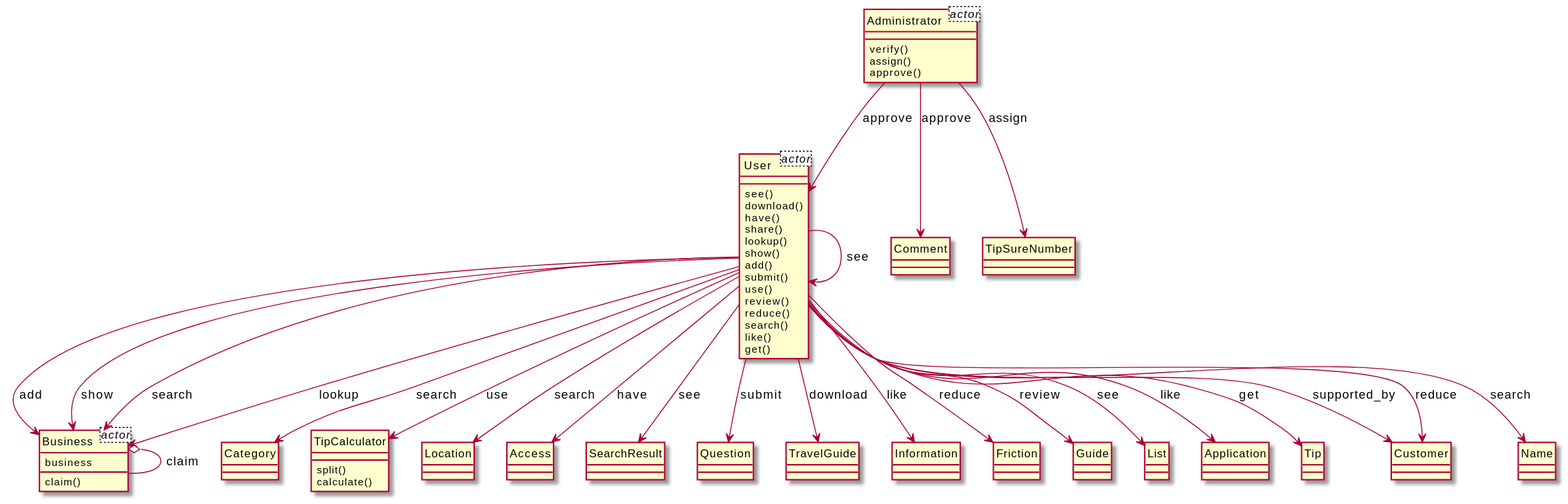
This is output/diagram_5/2014-USC-Project09.svg from xixixhalu/DomainModelExtractor, a PlantUML export, as it was before one commit.
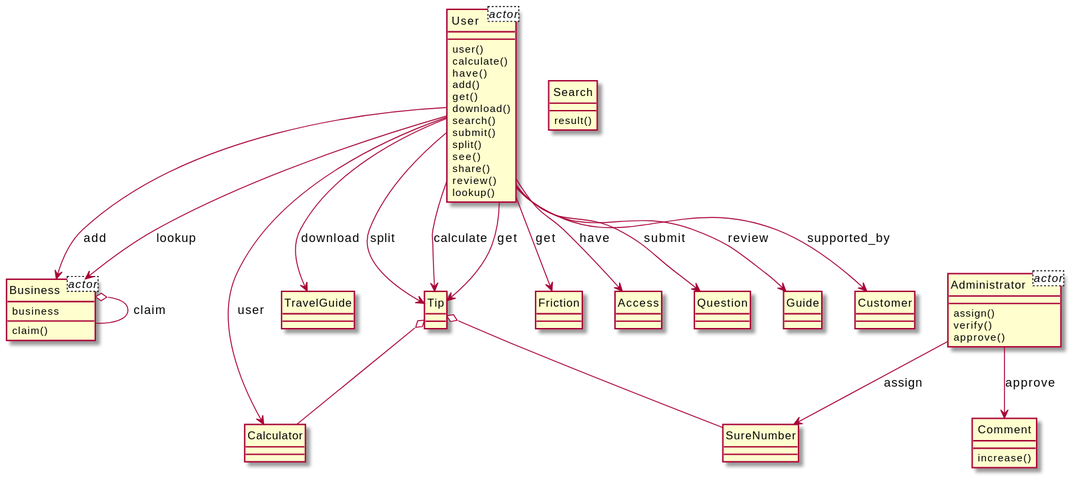
After the change.

What changed in the source:
```diff
@@ -7,89 +7,68 @@
 }
 class Administrator<actor> {
 }
+class SureNumber {
+}
+class Calculator {
+}
 class User {
+	user()
+	calculate()
+	have()
+	add()
+	get()
+	download()
+	search()
+	submit()
+	split()
 	see()
-	download()
-	have()
 	share()
+	review()
 	lookup()
-	show()
-	add()
-	submit()
-	use()
-	review()
-	reduce()
-	search()
-	like()
-	get()
-}
-class Category {
-}
-class Administrator {
-	verify()
-	assign()
-	approve()
 }
 class Business {
 	claim()
 }
-class TipCalculator {
-	split()
-	calculate()
+class Search {
+	result()
 }
-class Location {
+class TravelGuide {
+}
+class Administrator {
+	assign()
+	verify()
+	approve()
+}
+class Comment {
+	increase()
+}
+class Tip {
+}
+class Friction {
 }
 class Access {
 }
-class SearchResult {
-}
 class Question {
-}
-class Comment {
-}
-class TravelGuide {
-}
-class Information {
-}
-class Friction {
 }
 class Guide {
 }
-class List {
-}
-class Application {
-}
-class Tip {
-}
 class Customer {
 }
-class Name {
-}
-class TipSureNumber {
-}
+User --> Business : add
+User --> Business : lookup
+Tip o-- SureNumber
+Administrator --> Comment : approve
+User --> Access : have
+User --> Tip : split
+Tip o-- Calculator
+User --> Guide : review
+User --> Tip : calculate
+User --> Friction : get
+User --> Tip : get
+Administrator --> SureNumber : assign
+User --> TravelGuide : download
+Business o-- Business : claim
 User --> Customer : supported_by
-User --> Business : add
-User --> Access : have
-User --> Application : like
-User --> Business : show
-User --> Location : search
-User --> TipCalculator : use
-User --> Tip : get
-Administrator --> User : approve
-User --> SearchResult : see
-User --> Customer : reduce
 User --> Question : submit
-User --> Name : search
-Administrator --> Comment : approve
-User --> User : see
-Administrator --> TipSureNumber : assign
-User --> TravelGuide : download
-User --> Business : search
-User --> Information : like
-User --> Friction : reduce
-User --> List : see
-User --> Business : lookup
-User --> Category : search
-User --> Guide : review
-Business o-- Business : claim
+User --> Calculator : user
 @enduml
```
